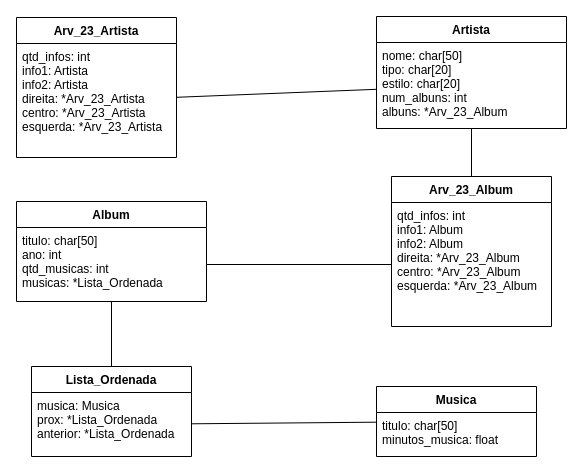
mauriciobenjamin700/6_periodo keeps this draw.io diagram as ED_II/TB_II/docs/02.drawio. Above is the earlier version. Source tidied: cells renumbered, new cells numbered last; positions are measured from the earlier drawing's top-left corner, leaving out a move shared by most shapes. Both pictures are drawn from the tidied source at 100%, with x=0, y=0 at pixel (16, 16).
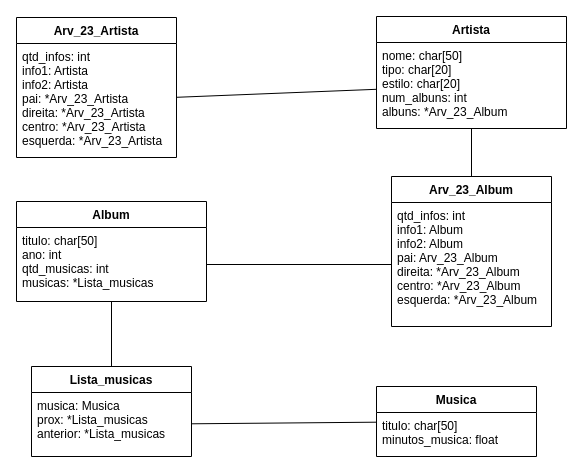
The same diagram, later.

Diff of the diagram source:
```diff
@@
 <mxGraphModel>
   <root>
     <mxCell id="0" />
     <mxCell id="1" parent="0" />
     <mxCell id="2" value="Artista" style="swimlane;fontStyle=1;align=center;verticalAlign=top;horizontal=1;startSize=26;" parent="1" vertex="1">
       <mxGeometry x="360" width="190" height="112" as="geometry" />
     </mxCell>
     <mxCell id="3" value="nome: char[50]&#10;tipo: char[20]&#10;estilo: char[20]&#10;num_albuns: int&#10;albuns: *Arv_23_Album" style="text;strokeColor=none;fillColor=none;align=left;verticalAlign=top;spacingLeft=4;spacingRight=4;overflow=hidden;points=[[0,0.5],[1,0.5]];portConstraint=eastwest;" parent="2" vertex="1">
       <mxGeometry y="26" width="190" height="86" as="geometry" />
     </mxCell>
     <mxCell id="4" value="Album" style="swimlane;fontStyle=1;align=center;verticalAlign=top;horizontal=1;startSize=26;" parent="1" vertex="1">
       <mxGeometry y="185" width="190" height="100" as="geometry" />
     </mxCell>
-    <mxCell id="5" value="titulo: char[50]&#10;ano: int&#10;qtd_musicas: int&#10;musicas: *Lista_Ordenada" style="text;strokeColor=none;fillColor=none;align=left;verticalAlign=top;spacingLeft=4;spacingRight=4;overflow=hidden;points=[[0,0.5],[1,0.5]];portConstraint=eastwest;" parent="4" vertex="1">
+    <mxCell id="5" value="titulo: char[50]&#10;ano: int&#10;qtd_musicas: int&#10;musicas: *Lista_musicas" style="text;strokeColor=none;fillColor=none;align=left;verticalAlign=top;spacingLeft=4;spacingRight=4;overflow=hidden;points=[[0,0.5],[1,0.5]];portConstraint=eastwest;" parent="4" vertex="1">
       <mxGeometry y="26" width="190" height="74" as="geometry" />
     </mxCell>
     <mxCell id="6" style="edgeStyle=none;html=1;startArrow=none;startFill=0;endArrow=none;endFill=0;" parent="1" edge="1" source="7" target="11">
       <mxGeometry relative="1" as="geometry" />
     </mxCell>
     <mxCell id="7" value="Musica" style="swimlane;fontStyle=1;align=center;verticalAlign=top;horizontal=1;startSize=26;" parent="1" vertex="1">
       <mxGeometry x="360" y="370" width="160" height="70" as="geometry" />
     </mxCell>
     <mxCell id="8" value="titulo: char[50]&#10;minutos_musica: float&#10;" style="text;strokeColor=none;fillColor=none;align=left;verticalAlign=top;spacingLeft=4;spacingRight=4;overflow=hidden;" parent="7" vertex="1">
       <mxGeometry y="26" width="160" height="44" as="geometry" />
     </mxCell>
     <mxCell id="9" style="edgeStyle=none;html=1;startArrow=none;startFill=0;endArrow=none;endFill=0;" parent="1" edge="1" source="10" target="5">
       <mxGeometry relative="1" as="geometry" />
     </mxCell>
-    <mxCell id="10" value="Lista_Ordenada" style="swimlane;fontStyle=1;align=center;verticalAlign=top;horizontal=1;startSize=26;" parent="1" vertex="1">
+    <mxCell id="10" value="Lista_musicas" style="swimlane;fontStyle=1;align=center;verticalAlign=top;horizontal=1;startSize=26;" parent="1" vertex="1">
       <mxGeometry x="15" y="350" width="160" height="90" as="geometry" />
     </mxCell>
-    <mxCell id="11" value="musica: Musica&#10;prox: *Lista_Ordenada&#10;anterior: *Lista_Ordenada" style="text;strokeColor=none;fillColor=none;align=left;verticalAlign=top;spacingLeft=4;spacingRight=4;overflow=hidden;points=[[0,0.5],[1,0.5]];portConstraint=eastwest;" parent="10" vertex="1">
+    <mxCell id="11" value="musica: Musica&#10;prox: *Lista_musicas&#10;anterior: *Lista_musicas" style="text;strokeColor=none;fillColor=none;align=left;verticalAlign=top;spacingLeft=4;spacingRight=4;overflow=hidden;points=[[0,0.5],[1,0.5]];portConstraint=eastwest;" parent="10" vertex="1">
       <mxGeometry y="26" width="160" height="64" as="geometry" />
     </mxCell>
     <mxCell id="12" style="edgeStyle=none;html=1;startArrow=none;startFill=0;endArrow=none;endFill=0;" parent="1" edge="1" source="13" target="3">
       <mxGeometry relative="1" as="geometry" />
     </mxCell>
     <mxCell id="13" value="Arv_23_Album" style="swimlane;fontStyle=1;align=center;verticalAlign=top;horizontal=1;startSize=26;" parent="1" vertex="1">
       <mxGeometry x="375" y="160" width="160" height="150" as="geometry" />
     </mxCell>
-    <mxCell id="14" value="qtd_infos: int&#10;info1: Album&#10;info2: Album&#10;direita: *Arv_23_Album&#10;centro: *Arv_23_Album&#10;esquerda: *Arv_23_Album&#10;" style="text;strokeColor=none;fillColor=none;align=left;verticalAlign=top;spacingLeft=4;spacingRight=4;overflow=hidden;points=[[0,0.5],[1,0.5]];portConstraint=eastwest;" parent="13" vertex="1">
+    <mxCell id="14" value="qtd_infos: int&#10;info1: Album&#10;info2: Album&#10;pai: Arv_23_Album&#10;direita: *Arv_23_Album&#10;centro: *Arv_23_Album&#10;esquerda: *Arv_23_Album&#10;" style="text;strokeColor=none;fillColor=none;align=left;verticalAlign=top;spacingLeft=4;spacingRight=4;overflow=hidden;points=[[0,0.5],[1,0.5]];portConstraint=eastwest;" parent="13" vertex="1">
       <mxGeometry y="26" width="160" height="124" as="geometry" />
     </mxCell>
     <mxCell id="15" value="Arv_23_Artista" style="swimlane;fontStyle=1;align=center;verticalAlign=top;horizontal=1;startSize=26;" parent="1" vertex="1">
       <mxGeometry y="1" width="160" height="140" as="geometry" />
     </mxCell>
-    <mxCell id="16" value="qtd_infos: int&#10;info1: Artista&#10;info2: Artista&#10;direita: *Arv_23_Artista&#10;centro: *Arv_23_Artista&#10;esquerda: *Arv_23_Artista" style="text;strokeColor=none;fillColor=none;align=left;verticalAlign=top;spacingLeft=4;spacingRight=4;overflow=hidden;points=[[0,0.5],[1,0.5]];portConstraint=eastwest;" parent="15" vertex="1">
+    <mxCell id="16" value="qtd_infos: int&#10;info1: Artista&#10;info2: Artista&#10;pai: *Arv_23_Artista&#10;direita: *Arv_23_Artista&#10;centro: *Arv_23_Artista&#10;esquerda: *Arv_23_Artista" style="text;strokeColor=none;fillColor=none;align=left;verticalAlign=top;spacingLeft=4;spacingRight=4;overflow=hidden;points=[[0,0.5],[1,0.5]];portConstraint=eastwest;" parent="15" vertex="1">
       <mxGeometry y="26" width="160" height="114" as="geometry" />
     </mxCell>
     <mxCell id="17" style="edgeStyle=none;html=1;startArrow=none;startFill=0;endArrow=none;endFill=0;" parent="1" edge="1" source="5" target="14">
       <mxGeometry relative="1" as="geometry" />
     </mxCell>
     <mxCell id="18" style="edgeStyle=none;html=1;startArrow=none;startFill=0;endArrow=none;endFill=0;" parent="1" edge="1" source="3" target="16">
       <mxGeometry relative="1" as="geometry" />
     </mxCell>
   </root>
 </mxGraphModel>
```
